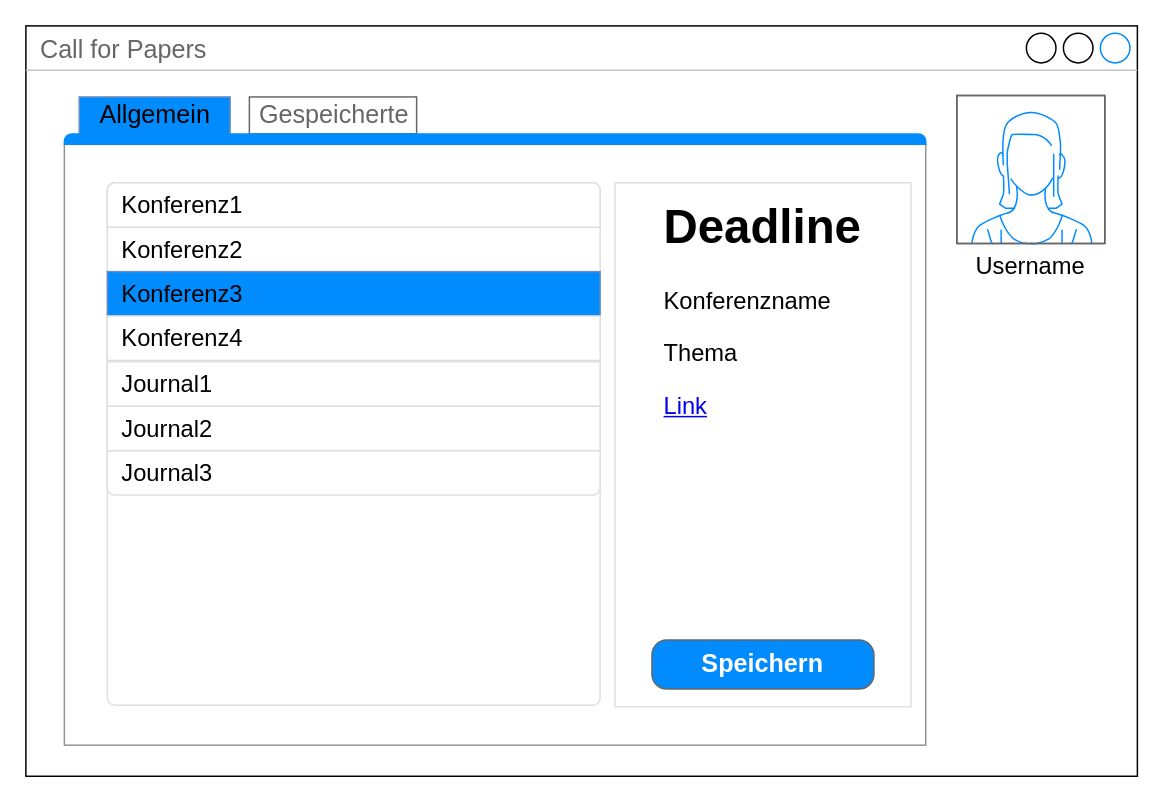
mtfmtf/Testi keeps this draw.io diagram as drawio/allgemein.drawio. Above is the earlier version. Source tidied: cells renumbered, new cells numbered last; positions are measured from the earlier drawing's top-left corner, leaving out a move shared by most shapes. Both pictures are drawn from the tidied source at 148%, with x=0, y=0 at pixel (25, 25).
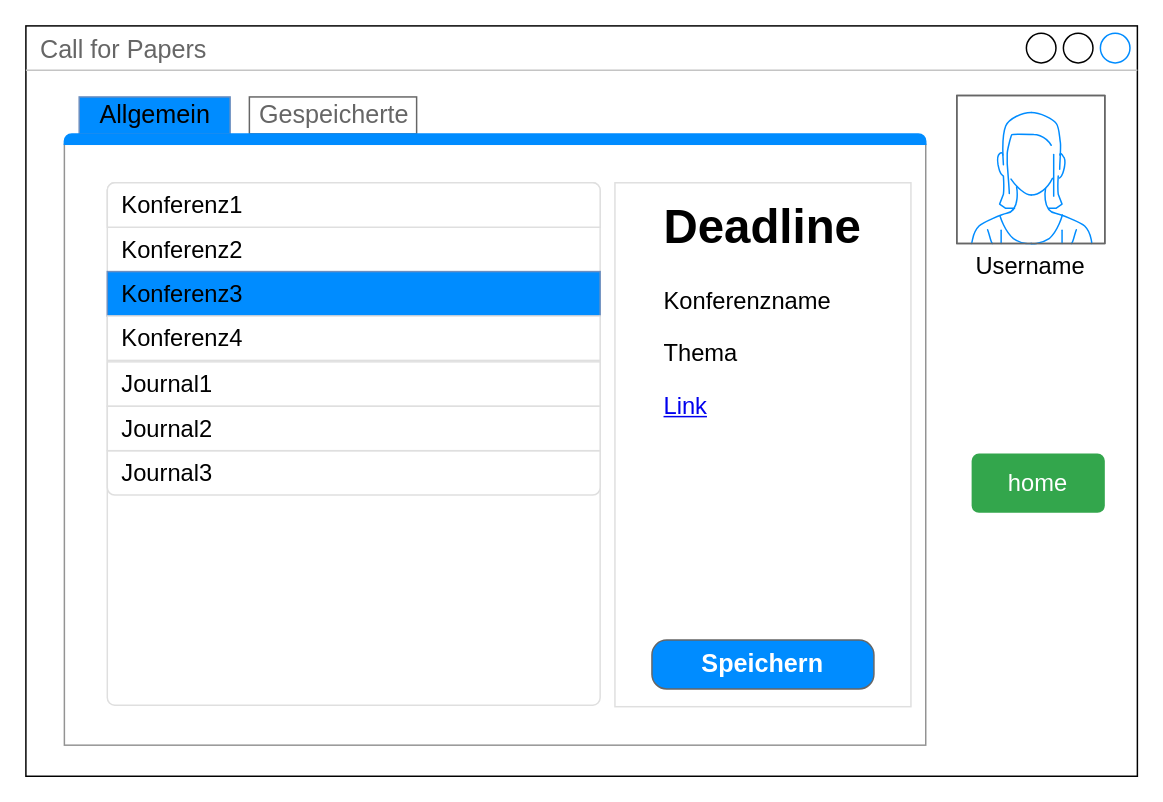
The same page after the edit.

The edit, as a diff of the source:
```diff
@@
+    <mxCell id="19" value="home" style="html=1;shadow=0;dashed=0;shape=mxgraph.bootstrap.rrect;rSize=5;strokeColor=none;strokeWidth=1;fillColor=#33A64C;fontColor=#FFFFFF;whiteSpace=wrap;align=center;verticalAlign=middle;spacingLeft=0;fontStyle=0;fontSize=16;spacing=5;" parent="1" vertex="1">
+      <mxGeometry x="639" y="289" width="90" height="40" as="geometry" />
+    </mxCell>
```
